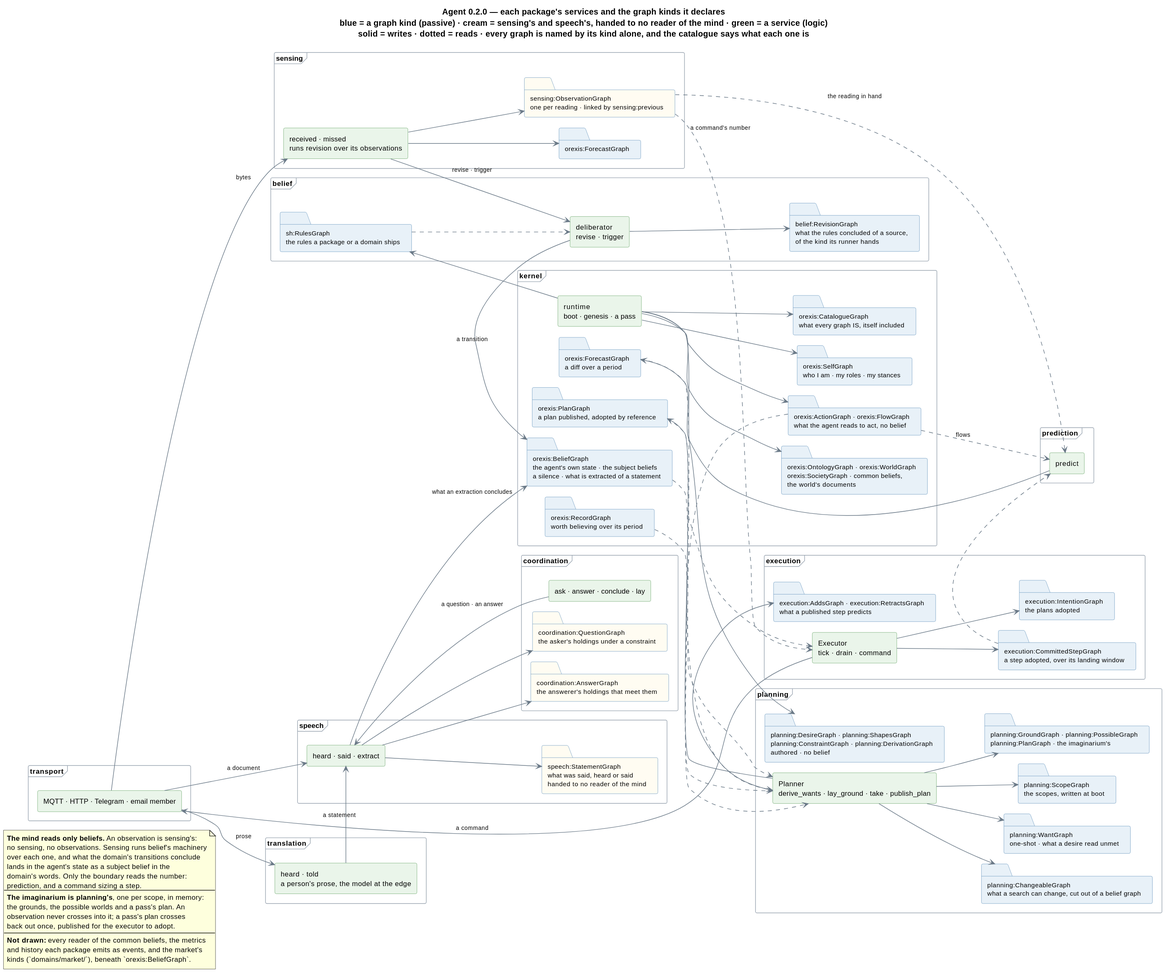
The PlantUML diagram knowledge/diagrams/agent-structure.svg in ShishkinDmitriy/orexis, before a commit.
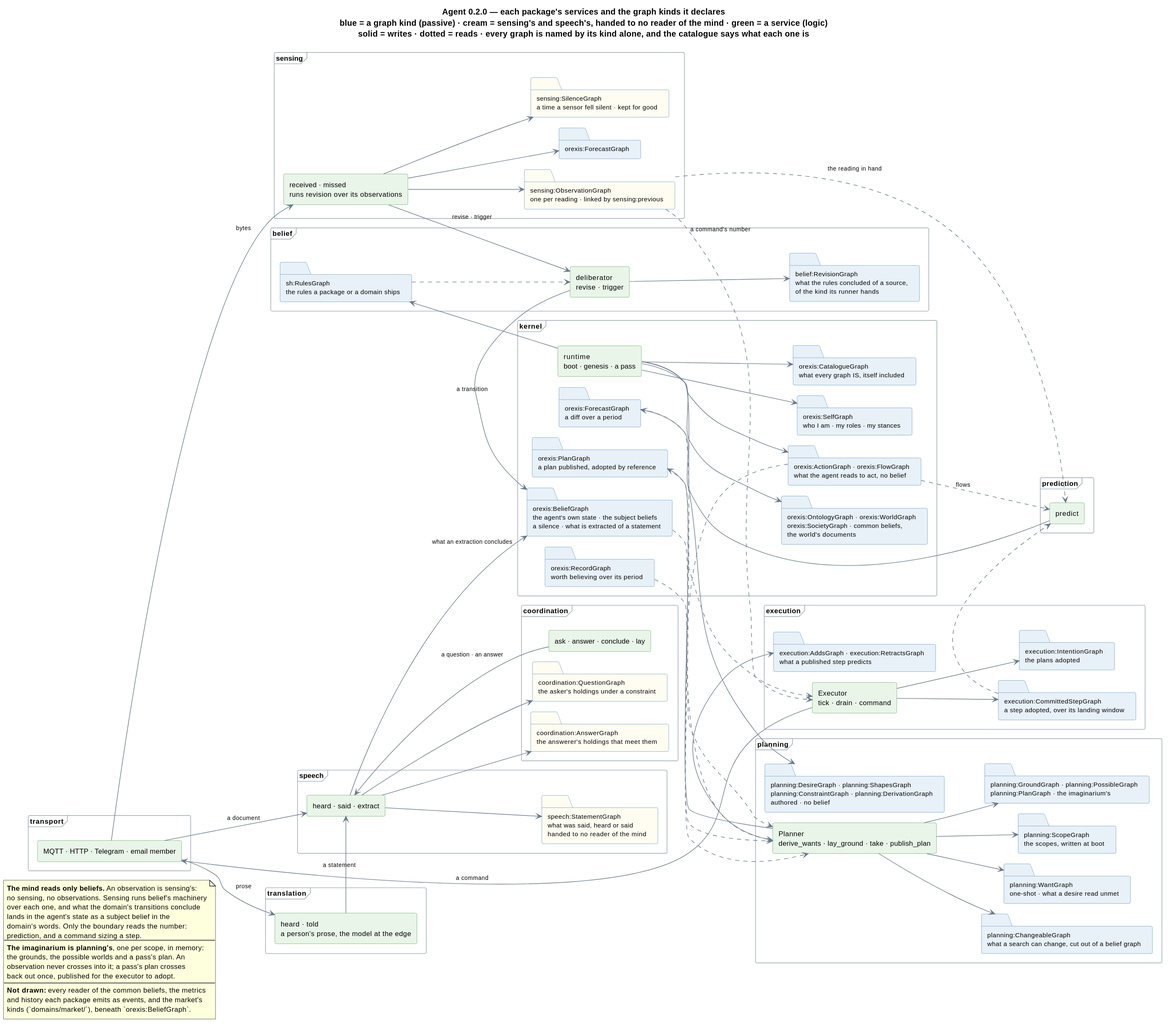
Later version of the same file.

What changed in the source:
```diff
@@ -31,6 +31,7 @@
   component "received · missed\nruns revision over its observations" as SEN
   folder "sensing:ObservationGraph\none per reading · linked by sensing:previous" as obs #FFFCF2
   folder "orexis:ForecastGraph" as fc
+  folder "sensing:SilenceGraph\na time a sensor fell silent · kept for good" as sil #FFFCF2
 }
 
 frame "speech" {
@@ -99,6 +100,7 @@
 TR  --> SP : a document
 SEN --> obs
 SEN --> fc
+SEN --> sil
 SEN --> DEL : revise · trigger
 DEL --> rev
 DEL --> st : a transition
```
